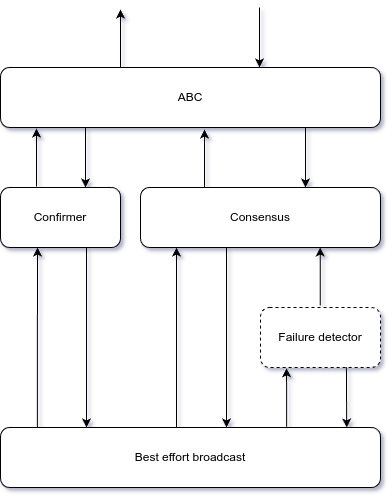
This is res/components.png from Hackfront-ITA/dds-project, a draw.io export, as it was before one commit. Source tidied: cells renumbered, new cells last; positions are measured from the earlier drawing's top-left corner, leaving out a move shared by most shapes.
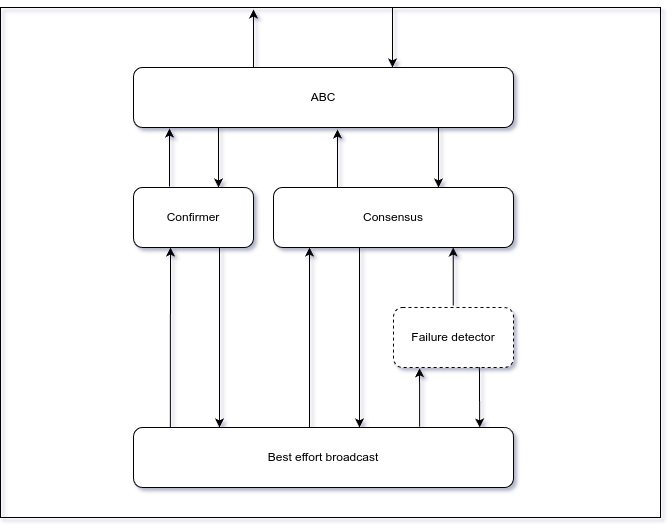
The same diagram one commit later.

Commit message:
Add box around components diagram

Diff of the diagram source:
```diff
@@ -2,6 +2,9 @@
   <root>
     <mxCell id="0" />
     <mxCell id="1" parent="0" />
+    <mxCell id="20" style="rounded=0;whiteSpace=wrap;html=1;fillColor=none;" parent="1" vertex="1">
+      <mxGeometry x="-133" width="660" height="510" as="geometry" />
+    </mxCell>
     <mxCell id="2" value="ABC" style="rounded=1;whiteSpace=wrap;html=1;" parent="1" vertex="1">
       <mxGeometry y="60" width="380" height="60" as="geometry" />
     </mxCell>
```
